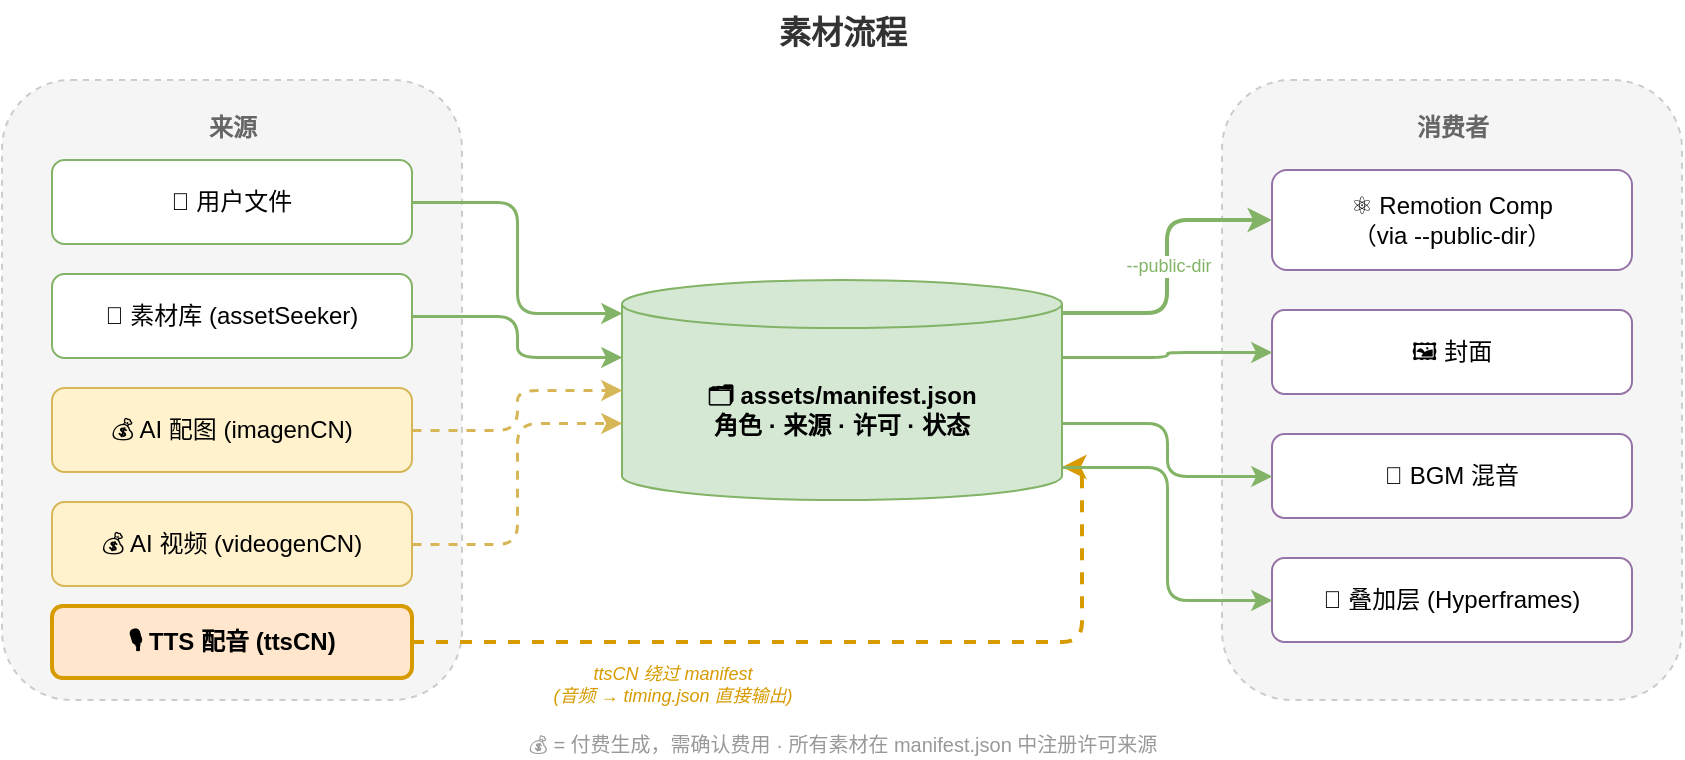
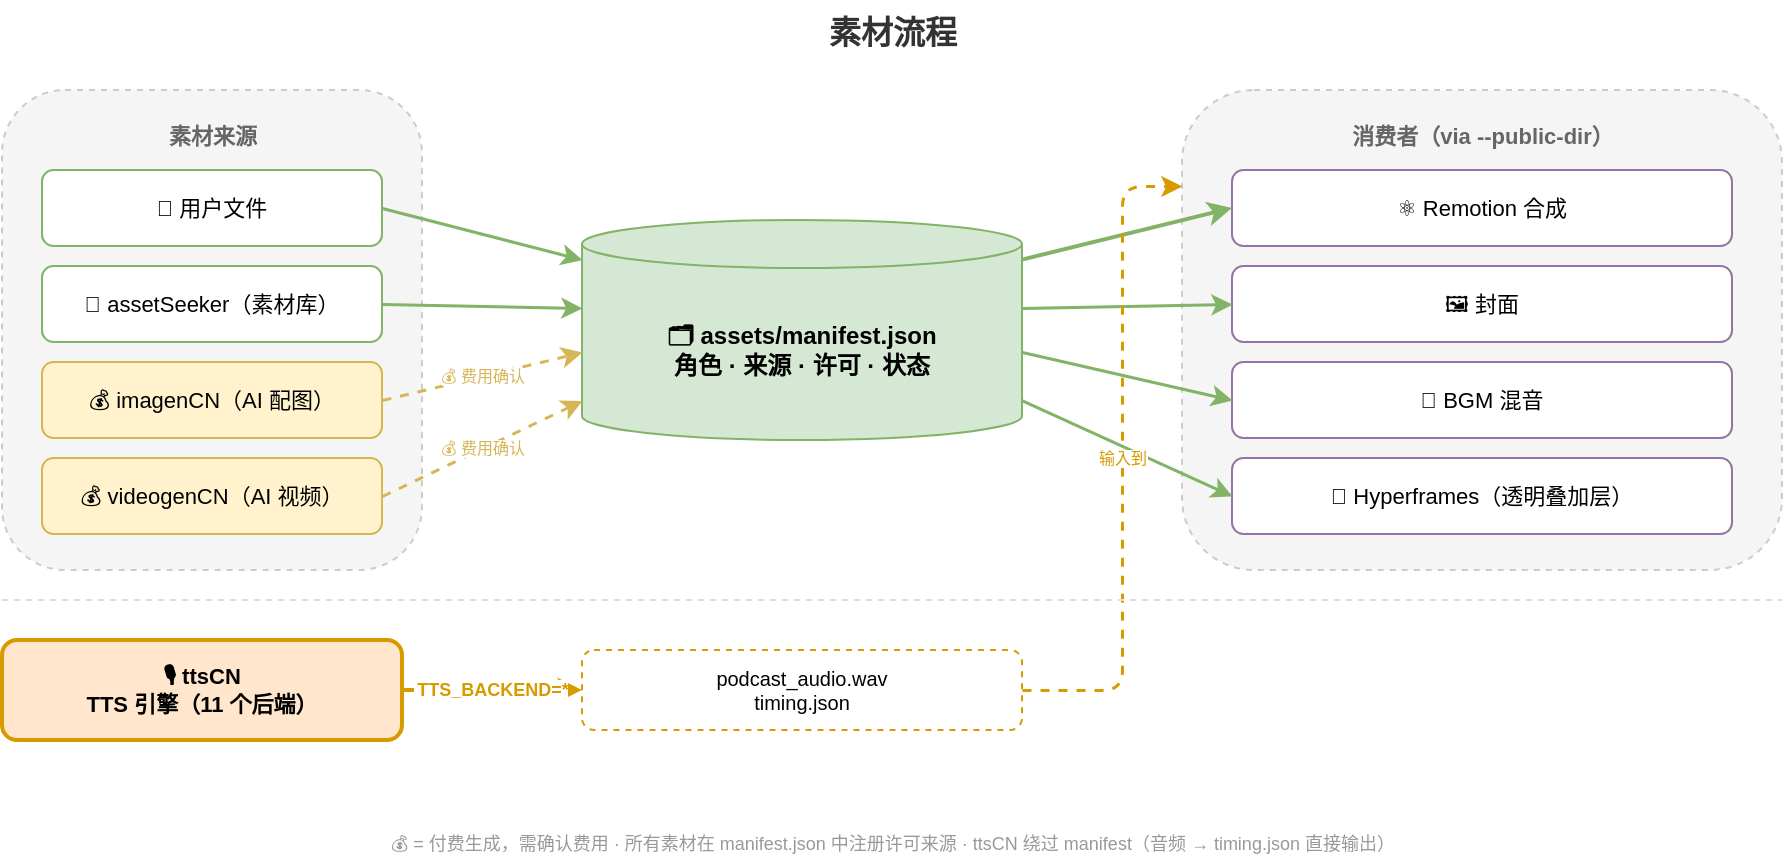
<?xml version="1.0" encoding="UTF-8"?>
<mxfile host="drawio" version="30.2.6">
  <diagram name="flow">
-     <mxGraphModel dx="900" dy="400" grid="1" gridSize="10" page="1" pageWidth="900" pageHeight="400">
+     <mxGraphModel dx="950" dy="450" grid="1" gridSize="10" page="1" pageWidth="950" pageHeight="480">
      <root>
        <mxCell id="0" />
        <mxCell id="1" parent="0" />

        <!-- Title -->
        <mxCell id="title" value="素材流程" style="text;html=1;align=center;fontSize=16;fontStyle=1;fontColor=#333333;" vertex="1" parent="1">
-           <mxGeometry x="300" y="15" width="300" height="30" as="geometry" />
+           <mxGeometry x="350" y="10" width="250" height="30" as="geometry" />
        </mxCell>

-         <!-- Column 1: Sources -->
+         <!-- ===== Column 1: Sources ===== -->
        <mxCell id="sources_bg" value="" style="rounded=1;whiteSpace=wrap;html=1;fillColor=#f5f5f5;strokeColor=#cccccc;dashed=1;" vertex="1" parent="1">
-           <mxGeometry x="30" y="55" width="230" height="310" as="geometry" />
+           <mxGeometry x="30" y="55" width="210" height="240" as="geometry" />
        </mxCell>
-         <mxCell id="src_label" value="来源" style="text;html=1;align=center;fontSize=12;fontStyle=1;fontColor=#666666;" vertex="1" parent="1">
-           <mxGeometry x="80" y="65" width="130" height="20" as="geometry" />
+         <mxCell id="src_label" value="素材来源" style="text;html=1;align=center;fontSize=11;fontStyle=1;fontColor=#666666;" vertex="1" parent="1">
+           <mxGeometry x="60" y="65" width="150" height="18" as="geometry" />
        </mxCell>

-         <mxCell id="src_user" value="📁 用户文件" style="rounded=1;whiteSpace=wrap;html=1;fillColor=#ffffff;strokeColor=#82b366;fontSize=12;" vertex="1" parent="1">
-           <mxGeometry x="55" y="95" width="180" height="42" as="geometry" />
+         <mxCell id="src_user" value="📁 用户文件" style="rounded=1;whiteSpace=wrap;html=1;fillColor=#ffffff;strokeColor=#82b366;fontSize=11;" vertex="1" parent="1">
+           <mxGeometry x="50" y="95" width="170" height="38" as="geometry" />
        </mxCell>
-         <mxCell id="src_seeker" value="🔎 素材库 (assetSeeker)" style="rounded=1;whiteSpace=wrap;html=1;fillColor=#ffffff;strokeColor=#82b366;fontSize=12;" vertex="1" parent="1">
-           <mxGeometry x="55" y="152" width="180" height="42" as="geometry" />
+         <mxCell id="src_seeker" value="🔎 assetSeeker（素材库）" style="rounded=1;whiteSpace=wrap;html=1;fillColor=#ffffff;strokeColor=#82b366;fontSize=11;" vertex="1" parent="1">
+           <mxGeometry x="50" y="143" width="170" height="38" as="geometry" />
        </mxCell>
-         <mxCell id="src_imagen" value="💰 AI 配图 (imagenCN)" style="rounded=1;whiteSpace=wrap;html=1;fillColor=#fff2cc;strokeColor=#d6b656;fontSize=12;" vertex="1" parent="1">
-           <mxGeometry x="55" y="209" width="180" height="42" as="geometry" />
+         <mxCell id="src_imagen" value="💰 imagenCN（AI 配图）" style="rounded=1;whiteSpace=wrap;html=1;fillColor=#fff2cc;strokeColor=#d6b656;fontSize=11;" vertex="1" parent="1">
+           <mxGeometry x="50" y="191" width="170" height="38" as="geometry" />
        </mxCell>
-         <mxCell id="src_videogen" value="💰 AI 视频 (videogenCN)" style="rounded=1;whiteSpace=wrap;html=1;fillColor=#fff2cc;strokeColor=#d6b656;fontSize=12;" vertex="1" parent="1">
-           <mxGeometry x="55" y="266" width="180" height="42" as="geometry" />
-         </mxCell>
-         <mxCell id="src_ttscn" value="🎙️ TTS 配音 (ttsCN)" style="rounded=1;whiteSpace=wrap;html=1;fillColor=#ffe6cc;strokeColor=#d79b00;strokeWidth=2;fontSize=12;fontStyle=1;" vertex="1" parent="1">
-           <mxGeometry x="55" y="318" width="180" height="36" as="geometry" />
+         <mxCell id="src_videogen" value="💰 videogenCN（AI 视频）" style="rounded=1;whiteSpace=wrap;html=1;fillColor=#fff2cc;strokeColor=#d6b656;fontSize=11;" vertex="1" parent="1">
+           <mxGeometry x="50" y="239" width="170" height="38" as="geometry" />
        </mxCell>

-         <!-- Column 2: Manifest -->
+         <!-- ===== Column 2: Manifest ===== -->
        <mxCell id="manifest" value="🗂️ assets/manifest.json&#xa;角色 · 来源 · 许可 · 状态" style="shape=cylinder3;whiteSpace=wrap;html=1;fillColor=#d5e8d4;strokeColor=#82b366;boundedLbl=1;fontStyle=1;size=12;" vertex="1" parent="1">
-           <mxGeometry x="340" y="155" width="220" height="110" as="geometry" />
+           <mxGeometry x="320" y="120" width="220" height="110" as="geometry" />
        </mxCell>

-         <!-- Column 3: Consumers -->
+         <!-- ===== Column 3: Consumers ===== -->
        <mxCell id="cons_bg" value="" style="rounded=1;whiteSpace=wrap;html=1;fillColor=#f5f5f5;strokeColor=#cccccc;dashed=1;" vertex="1" parent="1">
-           <mxGeometry x="640" y="55" width="230" height="310" as="geometry" />
+           <mxGeometry x="620" y="55" width="300" height="240" as="geometry" />
        </mxCell>
-         <mxCell id="cons_label" value="消费者" style="text;html=1;align=center;fontSize=12;fontStyle=1;fontColor=#666666;" vertex="1" parent="1">
-           <mxGeometry x="690" y="65" width="130" height="20" as="geometry" />
+         <mxCell id="cons_label" value="消费者（via --public-dir）" style="text;html=1;align=center;fontSize=11;fontStyle=1;fontColor=#666666;" vertex="1" parent="1">
+           <mxGeometry x="660" y="65" width="220" height="18" as="geometry" />
        </mxCell>

-         <mxCell id="cons_remotion" value="⚛️ Remotion Comp&#xa;（via --public-dir）" style="rounded=1;whiteSpace=wrap;html=1;fillColor=#ffffff;strokeColor=#9673a6;fontSize=12;" vertex="1" parent="1">
-           <mxGeometry x="665" y="100" width="180" height="50" as="geometry" />
+         <mxCell id="cons_remotion" value="⚛️ Remotion 合成" style="rounded=1;whiteSpace=wrap;html=1;fillColor=#ffffff;strokeColor=#9673a6;fontSize=11;" vertex="1" parent="1">
+           <mxGeometry x="645" y="95" width="250" height="38" as="geometry" />
        </mxCell>
-         <mxCell id="cons_thumb" value="🖼️ 封面" style="rounded=1;whiteSpace=wrap;html=1;fillColor=#ffffff;strokeColor=#9673a6;fontSize=12;" vertex="1" parent="1">
-           <mxGeometry x="665" y="170" width="180" height="42" as="geometry" />
+         <mxCell id="cons_thumb" value="🖼️ 封面" style="rounded=1;whiteSpace=wrap;html=1;fillColor=#ffffff;strokeColor=#9673a6;fontSize=11;" vertex="1" parent="1">
+           <mxGeometry x="645" y="143" width="250" height="38" as="geometry" />
        </mxCell>
-         <mxCell id="cons_bgm" value="🎵 BGM 混音" style="rounded=1;whiteSpace=wrap;html=1;fillColor=#ffffff;strokeColor=#9673a6;fontSize=12;" vertex="1" parent="1">
-           <mxGeometry x="665" y="232" width="180" height="42" as="geometry" />
+         <mxCell id="cons_bgm" value="🎵 BGM 混音" style="rounded=1;whiteSpace=wrap;html=1;fillColor=#ffffff;strokeColor=#9673a6;fontSize=11;" vertex="1" parent="1">
+           <mxGeometry x="645" y="191" width="250" height="38" as="geometry" />
        </mxCell>
-         <mxCell id="cons_overlay" value="🌈 叠加层 (Hyperframes)" style="rounded=1;whiteSpace=wrap;html=1;fillColor=#ffffff;strokeColor=#9673a6;fontSize=12;" vertex="1" parent="1">
-           <mxGeometry x="665" y="294" width="180" height="42" as="geometry" />
+         <mxCell id="cons_overlay" value="🌈 Hyperframes（透明叠加层）" style="rounded=1;whiteSpace=wrap;html=1;fillColor=#ffffff;strokeColor=#9673a6;fontSize=11;" vertex="1" parent="1">
+           <mxGeometry x="645" y="239" width="250" height="38" as="geometry" />
        </mxCell>

-         <!-- Arrows: Sources → Manifest (fan-in) -->
-         <mxCell id="a1" style="edgeStyle=orthogonalEdgeStyle;rounded=1;html=1;exitX=1;exitY=0.5;entryX=0;entryY=0.15;strokeWidth=1.5;strokeColor=#82b366;" edge="1" parent="1" source="src_user" target="manifest">
+         <!-- ===== Arrows: Sources → Manifest (fan-in, straight horizontal) ===== -->
+         <mxCell id="a1" style="rounded=1;html=1;exitX=1;exitY=0.5;entryX=0;entryY=0.18;endArrow=classic;strokeWidth=1.5;strokeColor=#82b366;" edge="1" parent="1" source="src_user" target="manifest">
          <mxGeometry relative="1" as="geometry" />
        </mxCell>
-         <mxCell id="a2" style="edgeStyle=orthogonalEdgeStyle;rounded=1;html=1;exitX=1;exitY=0.5;entryX=0;entryY=0.35;strokeWidth=1.5;strokeColor=#82b366;" edge="1" parent="1" source="src_seeker" target="manifest">
+         <mxCell id="a2" style="rounded=1;html=1;exitX=1;exitY=0.5;entryX=0;entryY=0.4;endArrow=classic;strokeWidth=1.5;strokeColor=#82b366;" edge="1" parent="1" source="src_seeker" target="manifest">
          <mxGeometry relative="1" as="geometry" />
        </mxCell>
-         <mxCell id="a3" style="edgeStyle=orthogonalEdgeStyle;rounded=1;html=1;exitX=1;exitY=0.5;entryX=0;entryY=0.5;strokeWidth=1.5;strokeColor=#d6b656;dashed=1;" edge="1" parent="1" source="src_imagen" target="manifest">
+         <mxCell id="a3" value="💰 费用确认" style="rounded=1;html=1;exitX=1;exitY=0.5;entryX=0;entryY=0.6;endArrow=classic;strokeWidth=1.5;strokeColor=#d6b656;dashed=1;fontColor=#d6b656;labelBackgroundColor=#ffffff;fontSize=8;" edge="1" parent="1" source="src_imagen" target="manifest">
          <mxGeometry relative="1" as="geometry" />
        </mxCell>
-         <mxCell id="a4" style="edgeStyle=orthogonalEdgeStyle;rounded=1;html=1;exitX=1;exitY=0.5;entryX=0;entryY=0.65;strokeWidth=1.5;strokeColor=#d6b656;dashed=1;" edge="1" parent="1" source="src_videogen" target="manifest">
-           <mxGeometry relative="1" as="geometry" />
-         </mxCell>
-         <mxCell id="a5" style="edgeStyle=orthogonalEdgeStyle;rounded=1;html=1;exitX=1;exitY=0.5;entryX=1;entryY=0.85;strokeWidth=2;strokeColor=#d79b00;dashed=1;" edge="1" parent="1" source="src_ttscn" target="manifest">
+         <mxCell id="a4" value="💰 费用确认" style="rounded=1;html=1;exitX=1;exitY=0.5;entryX=0;entryY=0.82;endArrow=classic;strokeWidth=1.5;strokeColor=#d6b656;dashed=1;fontColor=#d6b656;labelBackgroundColor=#ffffff;fontSize=8;" edge="1" parent="1" source="src_videogen" target="manifest">
          <mxGeometry relative="1" as="geometry" />
        </mxCell>

-         <!-- Arrows: Manifest → Consumers (fan-out) -->
-         <mxCell id="b1" value="--public-dir" style="edgeStyle=orthogonalEdgeStyle;rounded=1;html=1;exitX=1;exitY=0.15;entryX=0;entryY=0.5;strokeWidth=2;strokeColor=#82b366;fontColor=#82b366;labelBackgroundColor=#ffffff;fontSize=9;" edge="1" parent="1" source="manifest" target="cons_remotion">
+         <!-- ===== Arrows: Manifest → Consumers (fan-out, straight horizontal) ===== -->
+         <mxCell id="b1" style="rounded=1;html=1;exitX=1;exitY=0.18;entryX=0;entryY=0.5;endArrow=classic;strokeWidth=2;strokeColor=#82b366;" edge="1" parent="1" source="manifest" target="cons_remotion">
          <mxGeometry relative="1" as="geometry" />
        </mxCell>
-         <mxCell id="b2" style="edgeStyle=orthogonalEdgeStyle;rounded=1;html=1;exitX=1;exitY=0.35;entryX=0;entryY=0.5;strokeWidth=1.5;strokeColor=#82b366;" edge="1" parent="1" source="manifest" target="cons_thumb">
+         <mxCell id="b2" style="rounded=1;html=1;exitX=1;exitY=0.4;entryX=0;entryY=0.5;endArrow=classic;strokeWidth=1.5;strokeColor=#82b366;" edge="1" parent="1" source="manifest" target="cons_thumb">
          <mxGeometry relative="1" as="geometry" />
        </mxCell>
-         <mxCell id="b3" style="edgeStyle=orthogonalEdgeStyle;rounded=1;html=1;exitX=1;exitY=0.65;entryX=0;entryY=0.5;strokeWidth=1.5;strokeColor=#82b366;" edge="1" parent="1" source="manifest" target="cons_bgm">
+         <mxCell id="b3" style="rounded=1;html=1;exitX=1;exitY=0.6;entryX=0;entryY=0.5;endArrow=classic;strokeWidth=1.5;strokeColor=#82b366;" edge="1" parent="1" source="manifest" target="cons_bgm">
          <mxGeometry relative="1" as="geometry" />
        </mxCell>
-         <mxCell id="b4" style="edgeStyle=orthogonalEdgeStyle;rounded=1;html=1;exitX=1;exitY=0.85;entryX=0;entryY=0.5;strokeWidth=1.5;strokeColor=#82b366;" edge="1" parent="1" source="manifest" target="cons_overlay">
+         <mxCell id="b4" style="rounded=1;html=1;exitX=1;exitY=0.82;entryX=0;entryY=0.5;endArrow=classic;strokeWidth=1.5;strokeColor=#82b366;" edge="1" parent="1" source="manifest" target="cons_overlay">
          <mxGeometry relative="1" as="geometry" />
        </mxCell>

-         <!-- TTS bypass note -->
-         <mxCell id="bypass_note" value="ttsCN 绕过 manifest&#xa;(音频 → timing.json 直接输出)" style="text;html=1;align=center;fontSize=9;fontColor=#d79b00;fontStyle=2;" vertex="1" parent="1">
-           <mxGeometry x="280" y="340" width="170" height="30" as="geometry" />
+         <!-- ===== ttsCN: separate path, bypasses manifest ===== -->
+         <mxCell id="ttscn" value="🎙️ ttsCN&#xa;TTS 引擎（11 个后端）" style="rounded=1;whiteSpace=wrap;html=1;fillColor=#ffe6cc;strokeColor=#d79b00;strokeWidth=2;fontStyle=1;fontSize=11;" vertex="1" parent="1">
+           <mxGeometry x="30" y="330" width="200" height="50" as="geometry" />
+         </mxCell>
+ 
+         <mxCell id="audio_out" value="podcast_audio.wav&#xa;timing.json" style="rounded=1;whiteSpace=wrap;html=1;fillColor=#ffffff;strokeColor=#d79b00;fontSize=10;dashed=1;" vertex="1" parent="1">
+           <mxGeometry x="320" y="335" width="220" height="40" as="geometry" />
+         </mxCell>
+ 
+         <mxCell id="bypass_arrow1" value="TTS_BACKEND=*" style="rounded=1;html=1;exitX=1;exitY=0.5;entryX=0;entryY=0.5;endArrow=classic;strokeWidth=2;strokeColor=#d79b00;dashed=1;fontColor=#d79b00;labelBackgroundColor=#ffffff;fontSize=9;fontStyle=1;" edge="1" parent="1" source="ttscn" target="audio_out">
+           <mxGeometry relative="1" as="geometry" />
+         </mxCell>
+ 
+         <!-- audio → Remotion (connects to consumer column) -->
+         <mxCell id="bypass_arrow2" value="输入到" style="rounded=1;html=1;exitX=1;exitY=0.5;entryX=0;entryY=0.2;endArrow=classic;strokeWidth=1.5;strokeColor=#d79b00;dashed=1;fontColor=#d79b00;labelBackgroundColor=#ffffff;fontSize=8;" edge="1" parent="1" source="audio_out" target="cons_bg">
+           <mxGeometry relative="1" as="geometry">
+             <Array as="points">
+               <mxPoint x="590" y="355" />
+               <mxPoint x="590" y="103" />
+             </Array>
+           </mxGeometry>
+         </mxCell>
+ 
+         <!-- Divider line between asset flow and audio path -->
+         <mxCell id="divider" value="" style="endArrow=none;html=1;strokeWidth=1;strokeColor=#dddddd;dashed=1;" edge="1" parent="1">
+           <mxGeometry width="50" height="50" relative="1" as="geometry">
+             <mxPoint x="30" y="310" as="sourcePoint" />
+             <mxPoint x="920" y="310" as="targetPoint" />
+           </mxGeometry>
        </mxCell>

        <!-- Footer -->
-         <mxCell id="footer" value="💰 = 付费生成，需确认费用 · 所有素材在 manifest.json 中注册许可来源" style="text;html=1;align=center;fontSize=10;fontColor=#999999;" vertex="1" parent="1">
-           <mxGeometry x="150" y="375" width="600" height="18" as="geometry" />
+         <mxCell id="footer" value="💰 = 付费生成，需确认费用 · 所有素材在 manifest.json 中注册许可来源 · ttsCN 绕过 manifest（音频 → timing.json 直接输出）" style="text;html=1;align=center;fontSize=9;fontColor=#999999;" vertex="1" parent="1">
+           <mxGeometry x="80" y="420" width="790" height="18" as="geometry" />
        </mxCell>
      </root>
    </mxGraphModel>
  </diagram>
</mxfile>
